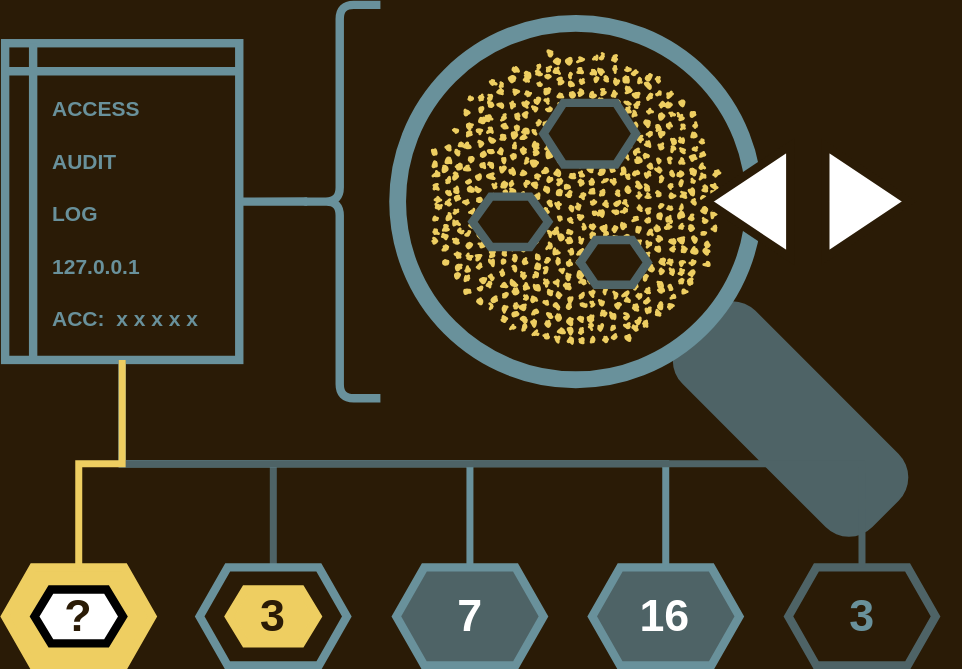
The draw.io diagram channel/diagrams/clipart/spy-glass-and-alarm-bell.drawio.svg in software-engineering-at-home/content, before a commit. Source tidied: cells renumbered, new cells last; positions are measured from the earlier drawing's top-left corner, leaving out a move shared by most shapes.
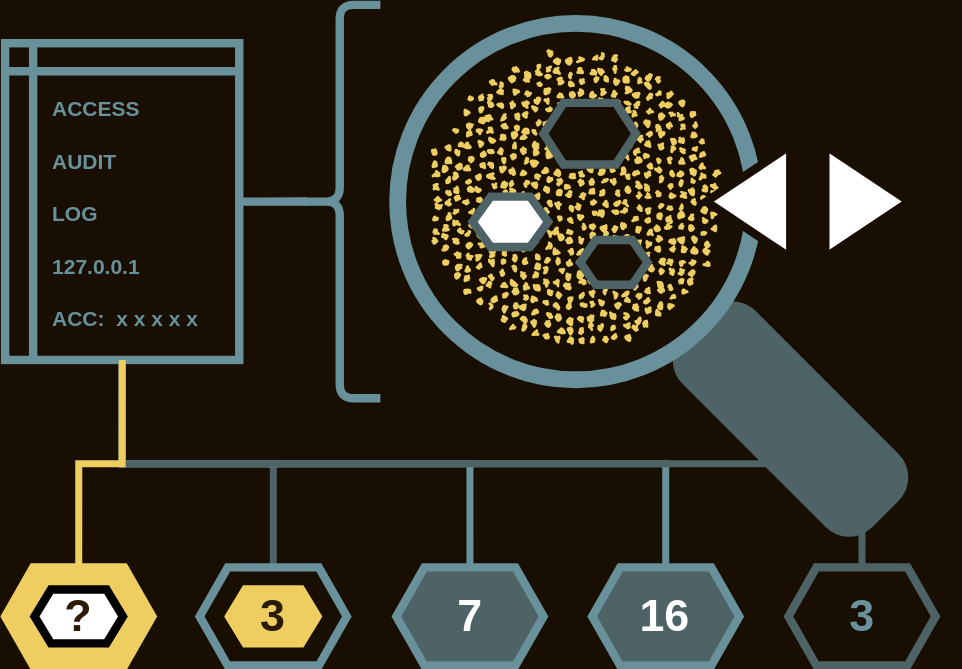
Later version of the same file.

The edit, as a diff of the source:
```diff
@@ -1,4 +1,4 @@
-<mxGraphModel background="#2A1B06">
+<mxGraphModel background="#180f02">
   <root>
     <mxCell id="0" />
     <mxCell id="1" parent="0" />
@@ -62,19 +62,19 @@
     <mxCell id="21" value="&lt;span style=&quot;font-size: 32px&quot;&gt;&lt;b&gt;&lt;font color=&quot;#2a1b06&quot;&gt;?&lt;/font&gt;&lt;/b&gt;&lt;/span&gt;" style="shape=hexagon;perimeter=hexagonPerimeter2;whiteSpace=wrap;html=1;fixedSize=1;strokeWidth=6;fontColor=#69919B;align=center;size=11.690000000000055;fillColor=#FFFFFF;" parent="2" vertex="1">
       <mxGeometry x="21" y="417.7" width="63.1" height="38.4" as="geometry" />
     </mxCell>
-    <mxCell id="22" style="triangle;whiteSpace=wrap;html=1;strokeWidth=6;fillColor=#FFFFFF;fontColor=#69919B;align=left;strokeColor=#2A1B06;" parent="2" vertex="1">
+    <mxCell id="22" style="triangle;whiteSpace=wrap;html=1;strokeWidth=6;fillColor=#FFFFFF;fontColor=#69919B;align=left;strokeColor=#180f02;" parent="2" vertex="1">
       <mxGeometry x="586" y="100.5" width="60" height="80" as="geometry" />
     </mxCell>
-    <mxCell id="23" style="triangle;whiteSpace=wrap;html=1;strokeWidth=6;fillColor=#FFFFFF;fontColor=#69919B;align=left;rotation=-180;strokeColor=#2A1B06;" parent="2" vertex="1">
+    <mxCell id="23" style="triangle;whiteSpace=wrap;html=1;strokeWidth=6;fillColor=#FFFFFF;fontColor=#69919B;align=left;rotation=-180;strokeColor=#180f02;" parent="2" vertex="1">
       <mxGeometry x="501" y="100.5" width="60" height="80" as="geometry" />
     </mxCell>
-    <mxCell id="24" style="shape=hexagon;perimeter=hexagonPerimeter2;whiteSpace=wrap;html=1;fixedSize=1;strokeWidth=6;fontColor=#69919B;align=left;strokeColor=#4E6366;fillColor=#2A1B06;size=14.329999999999927;" parent="2" vertex="1">
+    <mxCell id="24" style="shape=hexagon;perimeter=hexagonPerimeter2;whiteSpace=wrap;html=1;fixedSize=1;strokeWidth=6;fontColor=#69919B;align=left;strokeColor=#4E6366;fillColor=#180f02;size=14.329999999999927;" parent="2" vertex="1">
       <mxGeometry x="384.7" y="70" width="66" height="44" as="geometry" />
     </mxCell>
-    <mxCell id="25" style="shape=hexagon;perimeter=hexagonPerimeter2;whiteSpace=wrap;html=1;fixedSize=1;strokeWidth=6;fontColor=#69919B;align=left;strokeColor=#4E6366;fillColor=#2A1B06;size=13;" parent="2" vertex="1">
+    <mxCell id="25" style="shape=hexagon;perimeter=hexagonPerimeter2;whiteSpace=wrap;html=1;fixedSize=1;strokeWidth=6;fontColor=#69919B;align=left;strokeColor=#4E6366;fillColor=default;size=13;" parent="2" vertex="1">
       <mxGeometry x="334" y="137" width="54" height="36" as="geometry" />
     </mxCell>
-    <mxCell id="26" style="shape=hexagon;perimeter=hexagonPerimeter2;whiteSpace=wrap;html=1;fixedSize=1;strokeWidth=6;fontColor=#69919B;align=left;strokeColor=#4E6366;fillColor=#2A1B06;size=11;" parent="2" vertex="1">
+    <mxCell id="26" style="shape=hexagon;perimeter=hexagonPerimeter2;whiteSpace=wrap;html=1;fixedSize=1;strokeWidth=6;fontColor=#69919B;align=left;strokeColor=#4E6366;fillColor=#180f02;size=11;" parent="2" vertex="1">
       <mxGeometry x="411" y="168" width="48" height="32" as="geometry" />
     </mxCell>
   </root>
```
